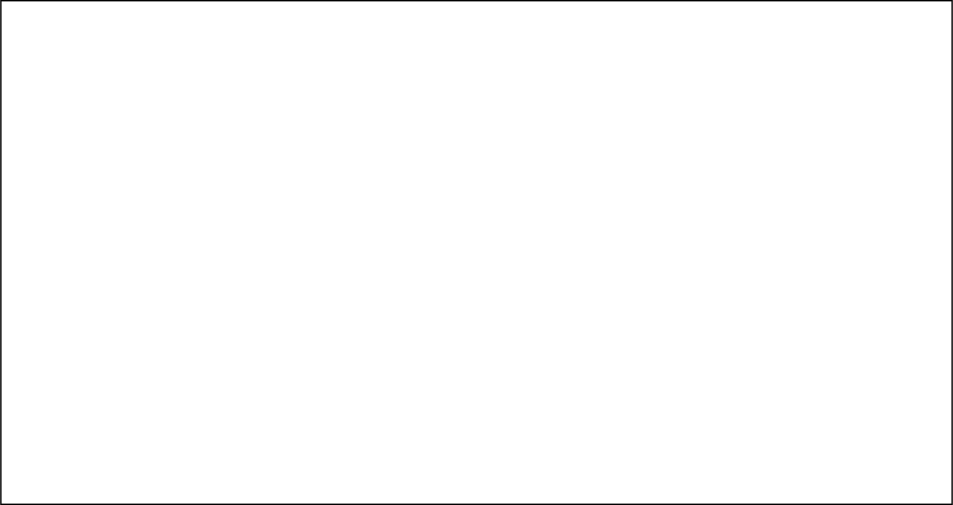
Earlier version of the draw.io export 02_components_and_props/components-diagram.drawio.svg (learn-co-students/SENG-LIVE-022122-phase-2). Source tidied: cells renumbered, new cells last; positions are measured from the earlier drawing's top-left corner, leaving out a move shared by most shapes. Its diagram source:
```xml
<mxGraphModel>
  <root>
    <mxCell id="0" />
    <mxCell id="1" parent="0" />
    <mxCell id="2" style="shape=table;startSize=0;" parent="1" vertex="1">
      <mxGeometry width="680" height="360" as="geometry" />
    </mxCell>
    <mxCell id="3" style="shape=partialRectangle;fillColor=none;top=0;left=0;bottom=0;right=0;" parent="2" vertex="1">
      <mxGeometry width="680" height="360" as="geometry" />
    </mxCell>
    <mxCell id="4" style="shape=partialRectangle;html=1;whiteSpace=wrap;overflow=hidden;fillColor=none;top=0;left=0;bottom=0;right=0;" parent="3" vertex="1">
      <mxGeometry width="680" height="360" as="geometry" />
    </mxCell>
  </root>
</mxGraphModel>
```
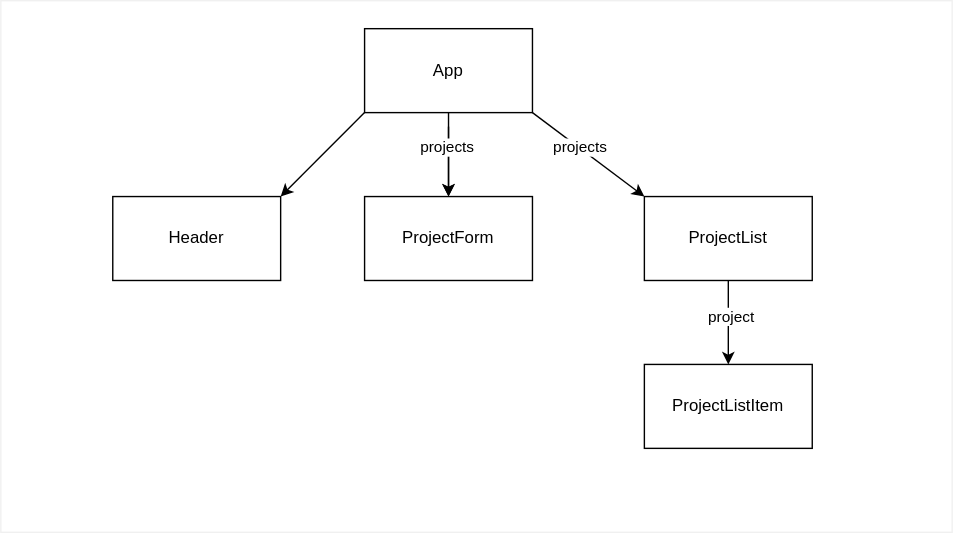
The same file after the commit.

What changed in the source:
```diff
@@ -2,14 +2,61 @@
   <root>
     <mxCell id="0" />
     <mxCell id="1" parent="0" />
-    <mxCell id="2" style="shape=table;startSize=0;" parent="1" vertex="1">
-      <mxGeometry width="680" height="360" as="geometry" />
+    <mxCell id="2" style="shape=table;startSize=0;strokeColor=#F0F0F0;" parent="1" vertex="1">
+      <mxGeometry width="680" height="380" as="geometry" />
     </mxCell>
     <mxCell id="3" style="shape=partialRectangle;fillColor=none;top=0;left=0;bottom=0;right=0;" parent="2" vertex="1">
-      <mxGeometry width="680" height="360" as="geometry" />
+      <mxGeometry width="680" height="380" as="geometry" />
     </mxCell>
     <mxCell id="4" style="shape=partialRectangle;html=1;whiteSpace=wrap;overflow=hidden;fillColor=none;top=0;left=0;bottom=0;right=0;" parent="3" vertex="1">
-      <mxGeometry width="680" height="360" as="geometry" />
+      <mxGeometry width="680" height="380" as="geometry" />
     </mxCell>
+    <mxCell id="5" style="edgeStyle=none;html=1;" parent="1" edge="1" target="7">
+      <mxGeometry relative="1" as="geometry">
+        <mxPoint x="320" y="90" as="sourcePoint" />
+      </mxGeometry>
+    </mxCell>
+    <mxCell id="6" value="Header" style="rounded=0;whiteSpace=wrap;html=1;" parent="1" vertex="1">
+      <mxGeometry x="80" y="140" width="120" height="60" as="geometry" />
+    </mxCell>
+    <mxCell id="7" value="ProjectForm" style="rounded=0;whiteSpace=wrap;html=1;" parent="1" vertex="1">
+      <mxGeometry x="260" y="140" width="120" height="60" as="geometry" />
+    </mxCell>
+    <mxCell id="8" style="edgeStyle=none;html=1;" parent="1" edge="1" source="10" target="11">
+      <mxGeometry relative="1" as="geometry" />
+    </mxCell>
+    <mxCell id="9" value="project" style="edgeLabel;html=1;align=center;verticalAlign=middle;" parent="8" vertex="1">
+      <mxGeometry x="-0.16" y="1" relative="1" as="geometry" />
+    </mxCell>
+    <mxCell id="10" value="ProjectList" style="rounded=0;whiteSpace=wrap;html=1;" parent="1" vertex="1">
+      <mxGeometry x="460" y="140" width="120" height="60" as="geometry" />
+    </mxCell>
+    <mxCell id="11" value="ProjectListItem" style="rounded=0;whiteSpace=wrap;html=1;" parent="1" vertex="1">
+      <mxGeometry x="460" y="260" width="120" height="60" as="geometry" />
+    </mxCell>
+    <mxCell id="12" style="edgeStyle=none;html=1;" parent="1" edge="1" source="14" target="7">
+      <mxGeometry relative="1" as="geometry" />
+    </mxCell>
+    <mxCell id="13" value="projects" style="edgeLabel;html=1;align=center;verticalAlign=middle;" parent="12" vertex="1">
+      <mxGeometry x="-0.19" y="-2" relative="1" as="geometry" />
+    </mxCell>
+    <mxCell id="14" value="App" style="rounded=0;whiteSpace=wrap;html=1;" parent="1" vertex="1">
+      <mxGeometry x="260" y="20" width="120" height="60" as="geometry" />
+    </mxCell>
+    <mxCell id="15" style="endArrow=classic;html=1;entryX=1;entryY=0;entryDx=0;entryDy=0;" parent="1" edge="1" target="6">
+      <mxGeometry relative="1" as="geometry">
+        <mxPoint x="260" y="80" as="sourcePoint" />
+      </mxGeometry>
+    </mxCell>
+    <mxCell id="16" style="endArrow=classic;html=1;entryX=0;entryY=0;entryDx=0;entryDy=0;" parent="1" edge="1" target="10">
+      <mxGeometry relative="1" as="geometry">
+        <mxPoint x="380" y="80" as="sourcePoint" />
+      </mxGeometry>
+    </mxCell>
+    <mxCell id="17" value="projects" style="edgeLabel;html=1;align=center;verticalAlign=middle;" parent="16" vertex="1">
+      <mxGeometry x="-0.17" y="1" relative="1" as="geometry">
+        <mxPoint y="1" as="offset" />
+      </mxGeometry>
+    </mxCell>
   </root>
 </mxGraphModel>
```
